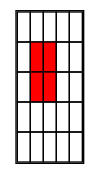
The Graphviz diagram Proyecto1/rejilla.png in Didierxpr/IPC2_Proyecto1_202401939, before a commit. Its source is kept beside it as Proyecto1/rejilla.dot.
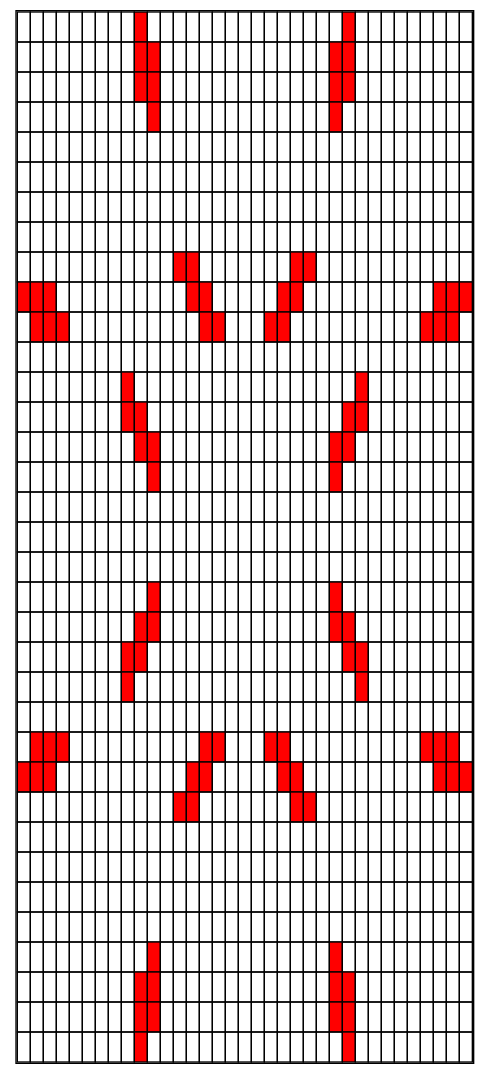
After the change.

Change to the diagram source:
```diff
@@ -8,22 +8,31 @@
 <td> </td>
 <td> </td>
 <td> </td>
-</tr>
-<tr>
 <td> </td>
-<td bgcolor='red'> </td>
+<td> </td>
+<td> </td>
+<td> </td>
 <td bgcolor='red'> </td>
 <td> </td>
 <td> </td>
-</tr>
-<tr>
 <td> </td>
-<td bgcolor='red'> </td>
+<td> </td>
+<td> </td>
+<td> </td>
+<td> </td>
+<td> </td>
+<td> </td>
+<td> </td>
+<td> </td>
+<td> </td>
+<td> </td>
+<td> </td>
+<td> </td>
 <td bgcolor='red'> </td>
 <td> </td>
 <td> </td>
-</tr>
-<tr>
+<td> </td>
+<td> </td>
 <td> </td>
 <td> </td>
 <td> </td>
@@ -36,6 +45,1257 @@
 <td> </td>
 <td> </td>
 <td> </td>
+<td> </td>
+<td> </td>
+<td> </td>
+<td> </td>
+<td bgcolor='red'> </td>
+<td bgcolor='red'> </td>
+<td> </td>
+<td> </td>
+<td> </td>
+<td> </td>
+<td> </td>
+<td> </td>
+<td> </td>
+<td> </td>
+<td> </td>
+<td> </td>
+<td> </td>
+<td> </td>
+<td> </td>
+<td bgcolor='red'> </td>
+<td bgcolor='red'> </td>
+<td> </td>
+<td> </td>
+<td> </td>
+<td> </td>
+<td> </td>
+<td> </td>
+<td> </td>
+<td> </td>
+<td> </td>
+</tr>
+<tr>
+<td> </td>
+<td> </td>
+<td> </td>
+<td> </td>
+<td> </td>
+<td> </td>
+<td> </td>
+<td> </td>
+<td> </td>
+<td bgcolor='red'> </td>
+<td bgcolor='red'> </td>
+<td> </td>
+<td> </td>
+<td> </td>
+<td> </td>
+<td> </td>
+<td> </td>
+<td> </td>
+<td> </td>
+<td> </td>
+<td> </td>
+<td> </td>
+<td> </td>
+<td> </td>
+<td bgcolor='red'> </td>
+<td bgcolor='red'> </td>
+<td> </td>
+<td> </td>
+<td> </td>
+<td> </td>
+<td> </td>
+<td> </td>
+<td> </td>
+<td> </td>
+<td> </td>
+</tr>
+<tr>
+<td> </td>
+<td> </td>
+<td> </td>
+<td> </td>
+<td> </td>
+<td> </td>
+<td> </td>
+<td> </td>
+<td> </td>
+<td> </td>
+<td bgcolor='red'> </td>
+<td> </td>
+<td> </td>
+<td> </td>
+<td> </td>
+<td> </td>
+<td> </td>
+<td> </td>
+<td> </td>
+<td> </td>
+<td> </td>
+<td> </td>
+<td> </td>
+<td> </td>
+<td bgcolor='red'> </td>
+<td> </td>
+<td> </td>
+<td> </td>
+<td> </td>
+<td> </td>
+<td> </td>
+<td> </td>
+<td> </td>
+<td> </td>
+<td> </td>
+</tr>
+<tr>
+<td> </td>
+<td> </td>
+<td> </td>
+<td> </td>
+<td> </td>
+<td> </td>
+<td> </td>
+<td> </td>
+<td> </td>
+<td> </td>
+<td> </td>
+<td> </td>
+<td> </td>
+<td> </td>
+<td> </td>
+<td> </td>
+<td> </td>
+<td> </td>
+<td> </td>
+<td> </td>
+<td> </td>
+<td> </td>
+<td> </td>
+<td> </td>
+<td> </td>
+<td> </td>
+<td> </td>
+<td> </td>
+<td> </td>
+<td> </td>
+<td> </td>
+<td> </td>
+<td> </td>
+<td> </td>
+<td> </td>
+</tr>
+<tr>
+<td> </td>
+<td> </td>
+<td> </td>
+<td> </td>
+<td> </td>
+<td> </td>
+<td> </td>
+<td> </td>
+<td> </td>
+<td> </td>
+<td> </td>
+<td> </td>
+<td> </td>
+<td> </td>
+<td> </td>
+<td> </td>
+<td> </td>
+<td> </td>
+<td> </td>
+<td> </td>
+<td> </td>
+<td> </td>
+<td> </td>
+<td> </td>
+<td> </td>
+<td> </td>
+<td> </td>
+<td> </td>
+<td> </td>
+<td> </td>
+<td> </td>
+<td> </td>
+<td> </td>
+<td> </td>
+<td> </td>
+</tr>
+<tr>
+<td> </td>
+<td> </td>
+<td> </td>
+<td> </td>
+<td> </td>
+<td> </td>
+<td> </td>
+<td> </td>
+<td> </td>
+<td> </td>
+<td> </td>
+<td> </td>
+<td> </td>
+<td> </td>
+<td> </td>
+<td> </td>
+<td> </td>
+<td> </td>
+<td> </td>
+<td> </td>
+<td> </td>
+<td> </td>
+<td> </td>
+<td> </td>
+<td> </td>
+<td> </td>
+<td> </td>
+<td> </td>
+<td> </td>
+<td> </td>
+<td> </td>
+<td> </td>
+<td> </td>
+<td> </td>
+<td> </td>
+</tr>
+<tr>
+<td> </td>
+<td> </td>
+<td> </td>
+<td> </td>
+<td> </td>
+<td> </td>
+<td> </td>
+<td> </td>
+<td> </td>
+<td> </td>
+<td> </td>
+<td> </td>
+<td> </td>
+<td> </td>
+<td> </td>
+<td> </td>
+<td> </td>
+<td> </td>
+<td> </td>
+<td> </td>
+<td> </td>
+<td> </td>
+<td> </td>
+<td> </td>
+<td> </td>
+<td> </td>
+<td> </td>
+<td> </td>
+<td> </td>
+<td> </td>
+<td> </td>
+<td> </td>
+<td> </td>
+<td> </td>
+<td> </td>
+</tr>
+<tr>
+<td> </td>
+<td> </td>
+<td> </td>
+<td> </td>
+<td> </td>
+<td> </td>
+<td> </td>
+<td> </td>
+<td> </td>
+<td> </td>
+<td> </td>
+<td> </td>
+<td bgcolor='red'> </td>
+<td bgcolor='red'> </td>
+<td> </td>
+<td> </td>
+<td> </td>
+<td> </td>
+<td> </td>
+<td> </td>
+<td> </td>
+<td bgcolor='red'> </td>
+<td bgcolor='red'> </td>
+<td> </td>
+<td> </td>
+<td> </td>
+<td> </td>
+<td> </td>
+<td> </td>
+<td> </td>
+<td> </td>
+<td> </td>
+<td> </td>
+<td> </td>
+<td> </td>
+</tr>
+<tr>
+<td bgcolor='red'> </td>
+<td bgcolor='red'> </td>
+<td bgcolor='red'> </td>
+<td> </td>
+<td> </td>
+<td> </td>
+<td> </td>
+<td> </td>
+<td> </td>
+<td> </td>
+<td> </td>
+<td> </td>
+<td> </td>
+<td bgcolor='red'> </td>
+<td bgcolor='red'> </td>
+<td> </td>
+<td> </td>
+<td> </td>
+<td> </td>
+<td> </td>
+<td bgcolor='red'> </td>
+<td bgcolor='red'> </td>
+<td> </td>
+<td> </td>
+<td> </td>
+<td> </td>
+<td> </td>
+<td> </td>
+<td> </td>
+<td> </td>
+<td> </td>
+<td> </td>
+<td bgcolor='red'> </td>
+<td bgcolor='red'> </td>
+<td bgcolor='red'> </td>
+</tr>
+<tr>
+<td> </td>
+<td bgcolor='red'> </td>
+<td bgcolor='red'> </td>
+<td bgcolor='red'> </td>
+<td> </td>
+<td> </td>
+<td> </td>
+<td> </td>
+<td> </td>
+<td> </td>
+<td> </td>
+<td> </td>
+<td> </td>
+<td> </td>
+<td bgcolor='red'> </td>
+<td bgcolor='red'> </td>
+<td> </td>
+<td> </td>
+<td> </td>
+<td bgcolor='red'> </td>
+<td bgcolor='red'> </td>
+<td> </td>
+<td> </td>
+<td> </td>
+<td> </td>
+<td> </td>
+<td> </td>
+<td> </td>
+<td> </td>
+<td> </td>
+<td> </td>
+<td bgcolor='red'> </td>
+<td bgcolor='red'> </td>
+<td bgcolor='red'> </td>
+<td> </td>
+</tr>
+<tr>
+<td> </td>
+<td> </td>
+<td> </td>
+<td> </td>
+<td> </td>
+<td> </td>
+<td> </td>
+<td> </td>
+<td> </td>
+<td> </td>
+<td> </td>
+<td> </td>
+<td> </td>
+<td> </td>
+<td> </td>
+<td> </td>
+<td> </td>
+<td> </td>
+<td> </td>
+<td> </td>
+<td> </td>
+<td> </td>
+<td> </td>
+<td> </td>
+<td> </td>
+<td> </td>
+<td> </td>
+<td> </td>
+<td> </td>
+<td> </td>
+<td> </td>
+<td> </td>
+<td> </td>
+<td> </td>
+<td> </td>
+</tr>
+<tr>
+<td> </td>
+<td> </td>
+<td> </td>
+<td> </td>
+<td> </td>
+<td> </td>
+<td> </td>
+<td> </td>
+<td bgcolor='red'> </td>
+<td> </td>
+<td> </td>
+<td> </td>
+<td> </td>
+<td> </td>
+<td> </td>
+<td> </td>
+<td> </td>
+<td> </td>
+<td> </td>
+<td> </td>
+<td> </td>
+<td> </td>
+<td> </td>
+<td> </td>
+<td> </td>
+<td> </td>
+<td bgcolor='red'> </td>
+<td> </td>
+<td> </td>
+<td> </td>
+<td> </td>
+<td> </td>
+<td> </td>
+<td> </td>
+<td> </td>
+</tr>
+<tr>
+<td> </td>
+<td> </td>
+<td> </td>
+<td> </td>
+<td> </td>
+<td> </td>
+<td> </td>
+<td> </td>
+<td bgcolor='red'> </td>
+<td bgcolor='red'> </td>
+<td> </td>
+<td> </td>
+<td> </td>
+<td> </td>
+<td> </td>
+<td> </td>
+<td> </td>
+<td> </td>
+<td> </td>
+<td> </td>
+<td> </td>
+<td> </td>
+<td> </td>
+<td> </td>
+<td> </td>
+<td bgcolor='red'> </td>
+<td bgcolor='red'> </td>
+<td> </td>
+<td> </td>
+<td> </td>
+<td> </td>
+<td> </td>
+<td> </td>
+<td> </td>
+<td> </td>
+</tr>
+<tr>
+<td> </td>
+<td> </td>
+<td> </td>
+<td> </td>
+<td> </td>
+<td> </td>
+<td> </td>
+<td> </td>
+<td> </td>
+<td bgcolor='red'> </td>
+<td bgcolor='red'> </td>
+<td> </td>
+<td> </td>
+<td> </td>
+<td> </td>
+<td> </td>
+<td> </td>
+<td> </td>
+<td> </td>
+<td> </td>
+<td> </td>
+<td> </td>
+<td> </td>
+<td> </td>
+<td bgcolor='red'> </td>
+<td bgcolor='red'> </td>
+<td> </td>
+<td> </td>
+<td> </td>
+<td> </td>
+<td> </td>
+<td> </td>
+<td> </td>
+<td> </td>
+<td> </td>
+</tr>
+<tr>
+<td> </td>
+<td> </td>
+<td> </td>
+<td> </td>
+<td> </td>
+<td> </td>
+<td> </td>
+<td> </td>
+<td> </td>
+<td> </td>
+<td bgcolor='red'> </td>
+<td> </td>
+<td> </td>
+<td> </td>
+<td> </td>
+<td> </td>
+<td> </td>
+<td> </td>
+<td> </td>
+<td> </td>
+<td> </td>
+<td> </td>
+<td> </td>
+<td> </td>
+<td bgcolor='red'> </td>
+<td> </td>
+<td> </td>
+<td> </td>
+<td> </td>
+<td> </td>
+<td> </td>
+<td> </td>
+<td> </td>
+<td> </td>
+<td> </td>
+</tr>
+<tr>
+<td> </td>
+<td> </td>
+<td> </td>
+<td> </td>
+<td> </td>
+<td> </td>
+<td> </td>
+<td> </td>
+<td> </td>
+<td> </td>
+<td> </td>
+<td> </td>
+<td> </td>
+<td> </td>
+<td> </td>
+<td> </td>
+<td> </td>
+<td> </td>
+<td> </td>
+<td> </td>
+<td> </td>
+<td> </td>
+<td> </td>
+<td> </td>
+<td> </td>
+<td> </td>
+<td> </td>
+<td> </td>
+<td> </td>
+<td> </td>
+<td> </td>
+<td> </td>
+<td> </td>
+<td> </td>
+<td> </td>
+</tr>
+<tr>
+<td> </td>
+<td> </td>
+<td> </td>
+<td> </td>
+<td> </td>
+<td> </td>
+<td> </td>
+<td> </td>
+<td> </td>
+<td> </td>
+<td> </td>
+<td> </td>
+<td> </td>
+<td> </td>
+<td> </td>
+<td> </td>
+<td> </td>
+<td> </td>
+<td> </td>
+<td> </td>
+<td> </td>
+<td> </td>
+<td> </td>
+<td> </td>
+<td> </td>
+<td> </td>
+<td> </td>
+<td> </td>
+<td> </td>
+<td> </td>
+<td> </td>
+<td> </td>
+<td> </td>
+<td> </td>
+<td> </td>
+</tr>
+<tr>
+<td> </td>
+<td> </td>
+<td> </td>
+<td> </td>
+<td> </td>
+<td> </td>
+<td> </td>
+<td> </td>
+<td> </td>
+<td> </td>
+<td> </td>
+<td> </td>
+<td> </td>
+<td> </td>
+<td> </td>
+<td> </td>
+<td> </td>
+<td> </td>
+<td> </td>
+<td> </td>
+<td> </td>
+<td> </td>
+<td> </td>
+<td> </td>
+<td> </td>
+<td> </td>
+<td> </td>
+<td> </td>
+<td> </td>
+<td> </td>
+<td> </td>
+<td> </td>
+<td> </td>
+<td> </td>
+<td> </td>
+</tr>
+<tr>
+<td> </td>
+<td> </td>
+<td> </td>
+<td> </td>
+<td> </td>
+<td> </td>
+<td> </td>
+<td> </td>
+<td> </td>
+<td> </td>
+<td bgcolor='red'> </td>
+<td> </td>
+<td> </td>
+<td> </td>
+<td> </td>
+<td> </td>
+<td> </td>
+<td> </td>
+<td> </td>
+<td> </td>
+<td> </td>
+<td> </td>
+<td> </td>
+<td> </td>
+<td bgcolor='red'> </td>
+<td> </td>
+<td> </td>
+<td> </td>
+<td> </td>
+<td> </td>
+<td> </td>
+<td> </td>
+<td> </td>
+<td> </td>
+<td> </td>
+</tr>
+<tr>
+<td> </td>
+<td> </td>
+<td> </td>
+<td> </td>
+<td> </td>
+<td> </td>
+<td> </td>
+<td> </td>
+<td> </td>
+<td bgcolor='red'> </td>
+<td bgcolor='red'> </td>
+<td> </td>
+<td> </td>
+<td> </td>
+<td> </td>
+<td> </td>
+<td> </td>
+<td> </td>
+<td> </td>
+<td> </td>
+<td> </td>
+<td> </td>
+<td> </td>
+<td> </td>
+<td bgcolor='red'> </td>
+<td bgcolor='red'> </td>
+<td> </td>
+<td> </td>
+<td> </td>
+<td> </td>
+<td> </td>
+<td> </td>
+<td> </td>
+<td> </td>
+<td> </td>
+</tr>
+<tr>
+<td> </td>
+<td> </td>
+<td> </td>
+<td> </td>
+<td> </td>
+<td> </td>
+<td> </td>
+<td> </td>
+<td bgcolor='red'> </td>
+<td bgcolor='red'> </td>
+<td> </td>
+<td> </td>
+<td> </td>
+<td> </td>
+<td> </td>
+<td> </td>
+<td> </td>
+<td> </td>
+<td> </td>
+<td> </td>
+<td> </td>
+<td> </td>
+<td> </td>
+<td> </td>
+<td> </td>
+<td bgcolor='red'> </td>
+<td bgcolor='red'> </td>
+<td> </td>
+<td> </td>
+<td> </td>
+<td> </td>
+<td> </td>
+<td> </td>
+<td> </td>
+<td> </td>
+</tr>
+<tr>
+<td> </td>
+<td> </td>
+<td> </td>
+<td> </td>
+<td> </td>
+<td> </td>
+<td> </td>
+<td> </td>
+<td bgcolor='red'> </td>
+<td> </td>
+<td> </td>
+<td> </td>
+<td> </td>
+<td> </td>
+<td> </td>
+<td> </td>
+<td> </td>
+<td> </td>
+<td> </td>
+<td> </td>
+<td> </td>
+<td> </td>
+<td> </td>
+<td> </td>
+<td> </td>
+<td> </td>
+<td bgcolor='red'> </td>
+<td> </td>
+<td> </td>
+<td> </td>
+<td> </td>
+<td> </td>
+<td> </td>
+<td> </td>
+<td> </td>
+</tr>
+<tr>
+<td> </td>
+<td> </td>
+<td> </td>
+<td> </td>
+<td> </td>
+<td> </td>
+<td> </td>
+<td> </td>
+<td> </td>
+<td> </td>
+<td> </td>
+<td> </td>
+<td> </td>
+<td> </td>
+<td> </td>
+<td> </td>
+<td> </td>
+<td> </td>
+<td> </td>
+<td> </td>
+<td> </td>
+<td> </td>
+<td> </td>
+<td> </td>
+<td> </td>
+<td> </td>
+<td> </td>
+<td> </td>
+<td> </td>
+<td> </td>
+<td> </td>
+<td> </td>
+<td> </td>
+<td> </td>
+<td> </td>
+</tr>
+<tr>
+<td> </td>
+<td bgcolor='red'> </td>
+<td bgcolor='red'> </td>
+<td bgcolor='red'> </td>
+<td> </td>
+<td> </td>
+<td> </td>
+<td> </td>
+<td> </td>
+<td> </td>
+<td> </td>
+<td> </td>
+<td> </td>
+<td> </td>
+<td bgcolor='red'> </td>
+<td bgcolor='red'> </td>
+<td> </td>
+<td> </td>
+<td> </td>
+<td bgcolor='red'> </td>
+<td bgcolor='red'> </td>
+<td> </td>
+<td> </td>
+<td> </td>
+<td> </td>
+<td> </td>
+<td> </td>
+<td> </td>
+<td> </td>
+<td> </td>
+<td> </td>
+<td bgcolor='red'> </td>
+<td bgcolor='red'> </td>
+<td bgcolor='red'> </td>
+<td> </td>
+</tr>
+<tr>
+<td bgcolor='red'> </td>
+<td bgcolor='red'> </td>
+<td bgcolor='red'> </td>
+<td> </td>
+<td> </td>
+<td> </td>
+<td> </td>
+<td> </td>
+<td> </td>
+<td> </td>
+<td> </td>
+<td> </td>
+<td> </td>
+<td bgcolor='red'> </td>
+<td bgcolor='red'> </td>
+<td> </td>
+<td> </td>
+<td> </td>
+<td> </td>
+<td> </td>
+<td bgcolor='red'> </td>
+<td bgcolor='red'> </td>
+<td> </td>
+<td> </td>
+<td> </td>
+<td> </td>
+<td> </td>
+<td> </td>
+<td> </td>
+<td> </td>
+<td> </td>
+<td> </td>
+<td bgcolor='red'> </td>
+<td bgcolor='red'> </td>
+<td bgcolor='red'> </td>
+</tr>
+<tr>
+<td> </td>
+<td> </td>
+<td> </td>
+<td> </td>
+<td> </td>
+<td> </td>
+<td> </td>
+<td> </td>
+<td> </td>
+<td> </td>
+<td> </td>
+<td> </td>
+<td bgcolor='red'> </td>
+<td bgcolor='red'> </td>
+<td> </td>
+<td> </td>
+<td> </td>
+<td> </td>
+<td> </td>
+<td> </td>
+<td> </td>
+<td bgcolor='red'> </td>
+<td bgcolor='red'> </td>
+<td> </td>
+<td> </td>
+<td> </td>
+<td> </td>
+<td> </td>
+<td> </td>
+<td> </td>
+<td> </td>
+<td> </td>
+<td> </td>
+<td> </td>
+<td> </td>
+</tr>
+<tr>
+<td> </td>
+<td> </td>
+<td> </td>
+<td> </td>
+<td> </td>
+<td> </td>
+<td> </td>
+<td> </td>
+<td> </td>
+<td> </td>
+<td> </td>
+<td> </td>
+<td> </td>
+<td> </td>
+<td> </td>
+<td> </td>
+<td> </td>
+<td> </td>
+<td> </td>
+<td> </td>
+<td> </td>
+<td> </td>
+<td> </td>
+<td> </td>
+<td> </td>
+<td> </td>
+<td> </td>
+<td> </td>
+<td> </td>
+<td> </td>
+<td> </td>
+<td> </td>
+<td> </td>
+<td> </td>
+<td> </td>
+</tr>
+<tr>
+<td> </td>
+<td> </td>
+<td> </td>
+<td> </td>
+<td> </td>
+<td> </td>
+<td> </td>
+<td> </td>
+<td> </td>
+<td> </td>
+<td> </td>
+<td> </td>
+<td> </td>
+<td> </td>
+<td> </td>
+<td> </td>
+<td> </td>
+<td> </td>
+<td> </td>
+<td> </td>
+<td> </td>
+<td> </td>
+<td> </td>
+<td> </td>
+<td> </td>
+<td> </td>
+<td> </td>
+<td> </td>
+<td> </td>
+<td> </td>
+<td> </td>
+<td> </td>
+<td> </td>
+<td> </td>
+<td> </td>
+</tr>
+<tr>
+<td> </td>
+<td> </td>
+<td> </td>
+<td> </td>
+<td> </td>
+<td> </td>
+<td> </td>
+<td> </td>
+<td> </td>
+<td> </td>
+<td> </td>
+<td> </td>
+<td> </td>
+<td> </td>
+<td> </td>
+<td> </td>
+<td> </td>
+<td> </td>
+<td> </td>
+<td> </td>
+<td> </td>
+<td> </td>
+<td> </td>
+<td> </td>
+<td> </td>
+<td> </td>
+<td> </td>
+<td> </td>
+<td> </td>
+<td> </td>
+<td> </td>
+<td> </td>
+<td> </td>
+<td> </td>
+<td> </td>
+</tr>
+<tr>
+<td> </td>
+<td> </td>
+<td> </td>
+<td> </td>
+<td> </td>
+<td> </td>
+<td> </td>
+<td> </td>
+<td> </td>
+<td> </td>
+<td> </td>
+<td> </td>
+<td> </td>
+<td> </td>
+<td> </td>
+<td> </td>
+<td> </td>
+<td> </td>
+<td> </td>
+<td> </td>
+<td> </td>
+<td> </td>
+<td> </td>
+<td> </td>
+<td> </td>
+<td> </td>
+<td> </td>
+<td> </td>
+<td> </td>
+<td> </td>
+<td> </td>
+<td> </td>
+<td> </td>
+<td> </td>
+<td> </td>
+</tr>
+<tr>
+<td> </td>
+<td> </td>
+<td> </td>
+<td> </td>
+<td> </td>
+<td> </td>
+<td> </td>
+<td> </td>
+<td> </td>
+<td> </td>
+<td bgcolor='red'> </td>
+<td> </td>
+<td> </td>
+<td> </td>
+<td> </td>
+<td> </td>
+<td> </td>
+<td> </td>
+<td> </td>
+<td> </td>
+<td> </td>
+<td> </td>
+<td> </td>
+<td> </td>
+<td bgcolor='red'> </td>
+<td> </td>
+<td> </td>
+<td> </td>
+<td> </td>
+<td> </td>
+<td> </td>
+<td> </td>
+<td> </td>
+<td> </td>
+<td> </td>
+</tr>
+<tr>
+<td> </td>
+<td> </td>
+<td> </td>
+<td> </td>
+<td> </td>
+<td> </td>
+<td> </td>
+<td> </td>
+<td> </td>
+<td bgcolor='red'> </td>
+<td bgcolor='red'> </td>
+<td> </td>
+<td> </td>
+<td> </td>
+<td> </td>
+<td> </td>
+<td> </td>
+<td> </td>
+<td> </td>
+<td> </td>
+<td> </td>
+<td> </td>
+<td> </td>
+<td> </td>
+<td bgcolor='red'> </td>
+<td bgcolor='red'> </td>
+<td> </td>
+<td> </td>
+<td> </td>
+<td> </td>
+<td> </td>
+<td> </td>
+<td> </td>
+<td> </td>
+<td> </td>
+</tr>
+<tr>
+<td> </td>
+<td> </td>
+<td> </td>
+<td> </td>
+<td> </td>
+<td> </td>
+<td> </td>
+<td> </td>
+<td> </td>
+<td bgcolor='red'> </td>
+<td bgcolor='red'> </td>
+<td> </td>
+<td> </td>
+<td> </td>
+<td> </td>
+<td> </td>
+<td> </td>
+<td> </td>
+<td> </td>
+<td> </td>
+<td> </td>
+<td> </td>
+<td> </td>
+<td> </td>
+<td bgcolor='red'> </td>
+<td bgcolor='red'> </td>
+<td> </td>
+<td> </td>
+<td> </td>
+<td> </td>
+<td> </td>
+<td> </td>
+<td> </td>
+<td> </td>
+<td> </td>
+</tr>
+<tr>
+<td> </td>
+<td> </td>
+<td> </td>
+<td> </td>
+<td> </td>
+<td> </td>
+<td> </td>
+<td> </td>
+<td> </td>
+<td bgcolor='red'> </td>
+<td> </td>
+<td> </td>
+<td> </td>
+<td> </td>
+<td> </td>
+<td> </td>
+<td> </td>
+<td> </td>
+<td> </td>
+<td> </td>
+<td> </td>
+<td> </td>
+<td> </td>
+<td> </td>
+<td> </td>
+<td bgcolor='red'> </td>
+<td> </td>
+<td> </td>
+<td> </td>
+<td> </td>
+<td> </td>
+<td> </td>
+<td> </td>
+<td> </td>
+<td> </td>
 </tr>
 </table>
 >];
```
